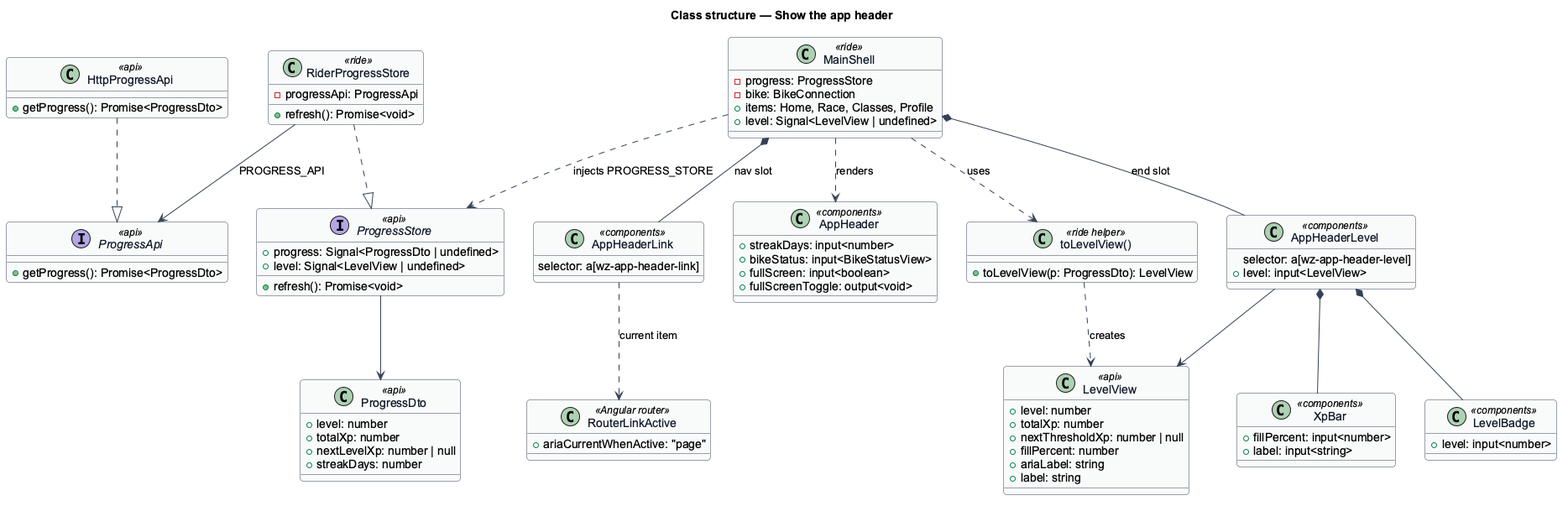
Before: docs/detailed-designs/home/show-the-app-header/diagrams/class-structure.png, a diagram exported from PlantUML (QuinntyneBrown/ride-one). Source of this version:
```plantuml
@startuml
skinparam backgroundColor #FFFFFF
skinparam shadowing false
skinparam roundcorner 8
skinparam defaultFontName Arial
skinparam ArrowColor #344054
skinparam class {
  BorderColor #344054
  FontColor #101828
  BackgroundColor #F9FAFB
}
title Class structure — Show the app header
class MainShell <<ride>> {
  -progress: ProgressStore
  -bike: BikeConnection
  +items: Home, Race, Classes, Profile
  +level: Signal<LevelView | undefined>
}
interface ProgressStore <<api>> {
  +progress: Signal<ProgressDto | undefined>
  +level: Signal<LevelView | undefined>
  +refresh(): Promise<void>
}
class RiderProgressStore <<ride>> {
  -progressApi: ProgressApi
  +refresh(): Promise<void>
}
interface ProgressApi <<api>> {
  +getProgress(): Promise<ProgressDto>
}
class HttpProgressApi <<api>> {
  +getProgress(): Promise<ProgressDto>
}
class AppHeaderLink <<components>> {
  selector: a[wz-app-header-link]
}
class AppHeaderLevel <<components>> {
  selector: a[wz-app-header-level]
  +level: input<LevelView>
}
class RouterLinkActive <<Angular router>> {
  +ariaCurrentWhenActive: "page"
}
class AppHeader <<components>> {
  +streakDays: input<number>
  +bikeStatus: input<BikeStatusView>
  +fullScreen: input<boolean>
  +fullScreenToggle: output<void>
}
class LevelView <<api>> {
  +level: number
  +totalXp: number
  +nextThresholdXp: number | null
  +fillPercent: number
  +ariaLabel: string
  +label: string
}
class ProgressDto <<api>> {
  +level: number
  +totalXp: number
  +nextLevelXp: number | null
  +streakDays: number
}
class LevelBadge <<components>> {
  +level: input<number>
}
class XpBar <<components>> {
  +fillPercent: input<number>
  +label: input<string>
}
class "toLevelView()" as toLevelView <<ride helper>> {
  +toLevelView(p: ProgressDto): LevelView
}
MainShell ..> ProgressStore : injects PROGRESS_STORE
MainShell ..> AppHeader : renders
MainShell ..> toLevelView : uses
RiderProgressStore ..|> ProgressStore
HttpProgressApi ..|> ProgressApi
RiderProgressStore --> ProgressApi : PROGRESS_API
ProgressStore --> ProgressDto
MainShell *-- AppHeaderLink : nav slot
MainShell *-- AppHeaderLevel : end slot
AppHeaderLink ..> RouterLinkActive : current item
AppHeaderLevel *-- LevelBadge
AppHeaderLevel *-- XpBar
AppHeaderLevel --> LevelView
toLevelView ..> LevelView : creates
@enduml
```
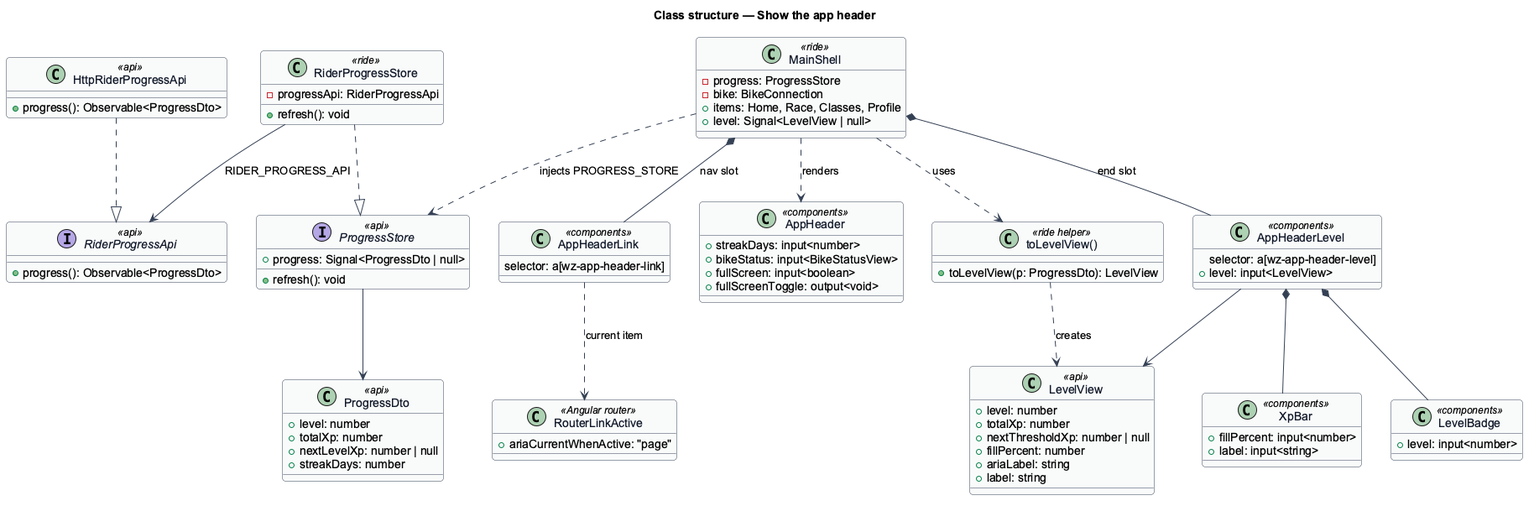
The same file after the commit.

Commit message:
Align slice 10.3's design: the level table and the progress read

What changed in the source:
```diff
@@ -14,22 +14,21 @@
   -progress: ProgressStore
   -bike: BikeConnection
   +items: Home, Race, Classes, Profile
-  +level: Signal<LevelView | undefined>
+  +level: Signal<LevelView | null>
 }
 interface ProgressStore <<api>> {
-  +progress: Signal<ProgressDto | undefined>
-  +level: Signal<LevelView | undefined>
-  +refresh(): Promise<void>
+  +progress: Signal<ProgressDto | null>
+  +refresh(): void
 }
 class RiderProgressStore <<ride>> {
-  -progressApi: ProgressApi
-  +refresh(): Promise<void>
+  -progressApi: RiderProgressApi
+  +refresh(): void
 }
-interface ProgressApi <<api>> {
-  +getProgress(): Promise<ProgressDto>
+interface RiderProgressApi <<api>> {
+  +progress(): Observable<ProgressDto>
 }
-class HttpProgressApi <<api>> {
-  +getProgress(): Promise<ProgressDto>
+class HttpRiderProgressApi <<api>> {
+  +progress(): Observable<ProgressDto>
 }
 class AppHeaderLink <<components>> {
   selector: a[wz-app-header-link]
@@ -75,8 +74,8 @@
 MainShell ..> AppHeader : renders
 MainShell ..> toLevelView : uses
 RiderProgressStore ..|> ProgressStore
-HttpProgressApi ..|> ProgressApi
-RiderProgressStore --> ProgressApi : PROGRESS_API
+HttpRiderProgressApi ..|> RiderProgressApi
+RiderProgressStore --> RiderProgressApi : RIDER_PROGRESS_API
 ProgressStore --> ProgressDto
 MainShell *-- AppHeaderLink : nav slot
 MainShell *-- AppHeaderLevel : end slot
```
